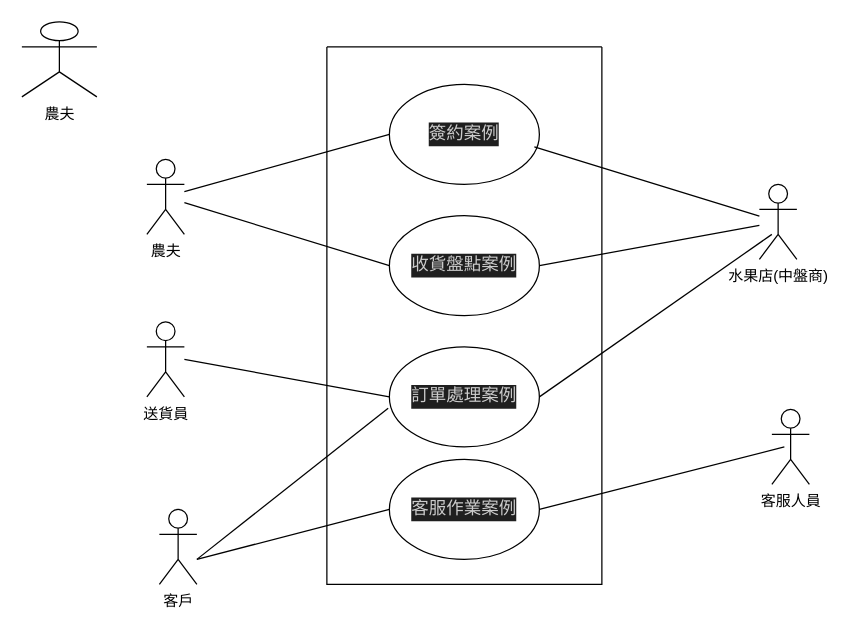
Dolaaaaaaaa/Teamproject keeps this draw.io diagram as a.drawio. Above is the earlier version. Source tidied: cells renumbered, new cells numbered last; positions are measured from the earlier drawing's top-left corner, leaving out a move shared by most shapes. Both pictures are drawn from the tidied source at 125%, with x=0, y=0 at pixel (21, 21).
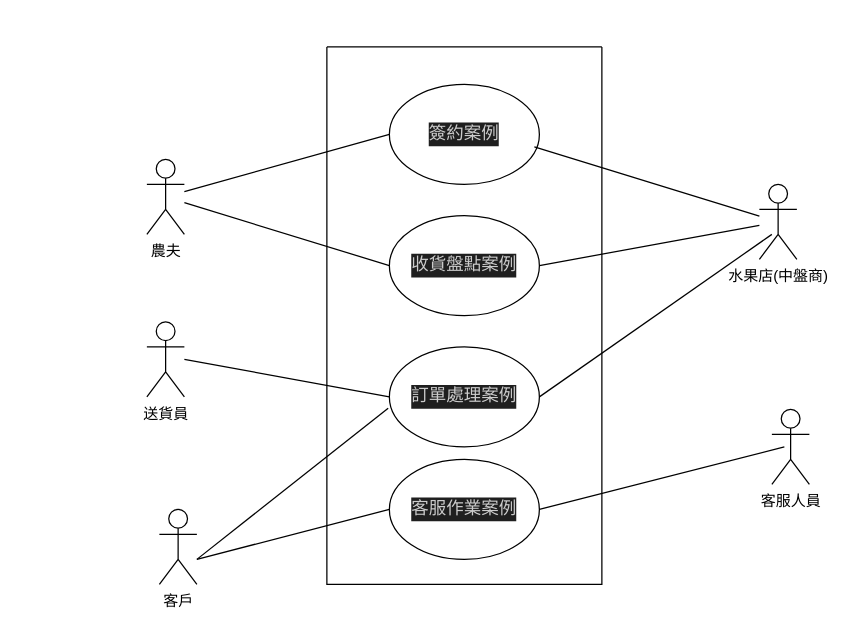
Above is the later version.

Change to the diagram source:
```diff
@@
-    <mxCell id="21" value="農夫" style="shape=umlActor;verticalLabelPosition=bottom;verticalAlign=top;html=1;" parent="1" vertex="1">
-      <mxGeometry width="60" height="60" as="geometry" />
-    </mxCell>
```
